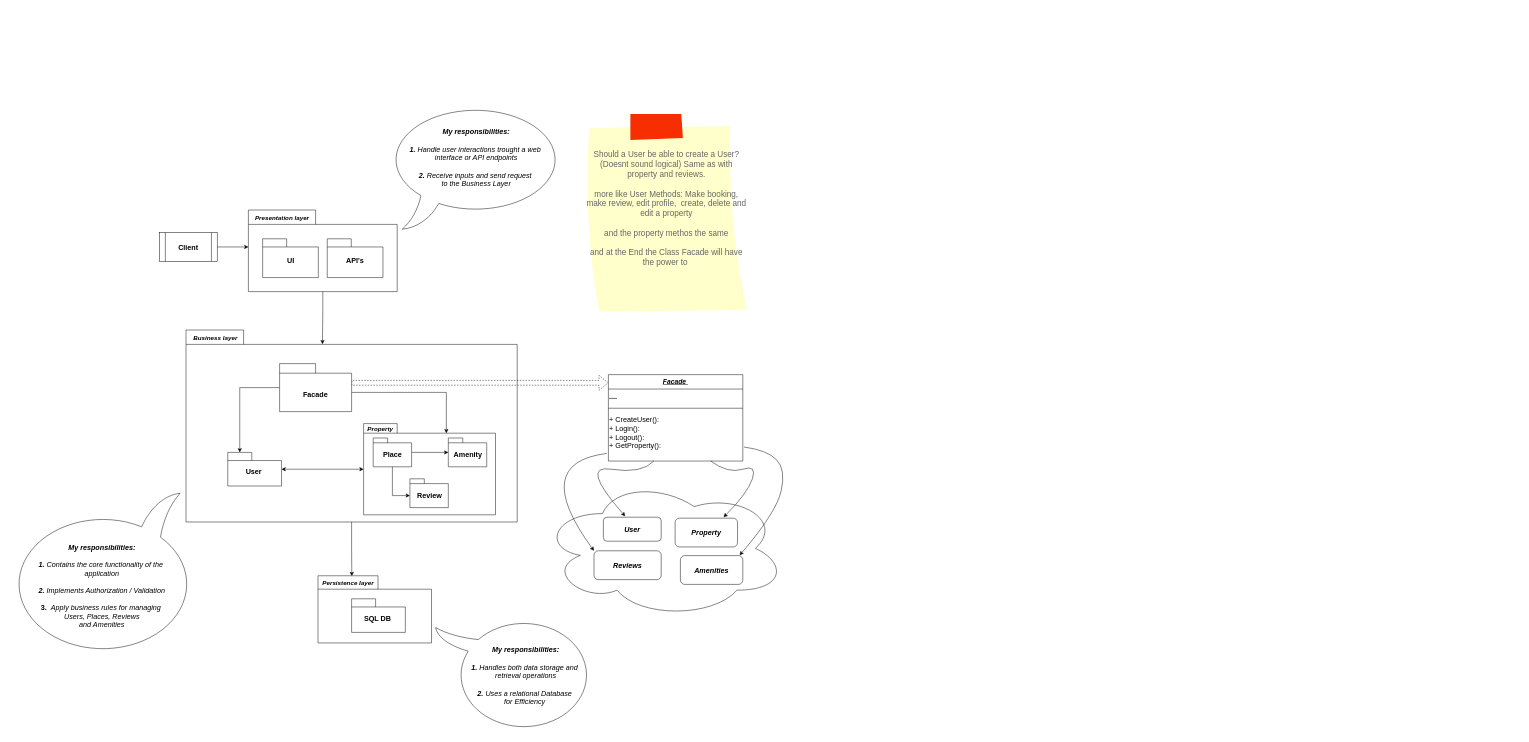
Before: HBnB Evolution - Package Diagram.drawio in JacobsDevs/HBnB_evolution, a draw.io diagram. Source tidied: cells renumbered, new cells numbered last; positions are measured from the earlier drawing's top-left corner, leaving out a move shared by most shapes. Both pictures are drawn from the tidied source at 48%, with x=0, y=0 at pixel (8, 104).
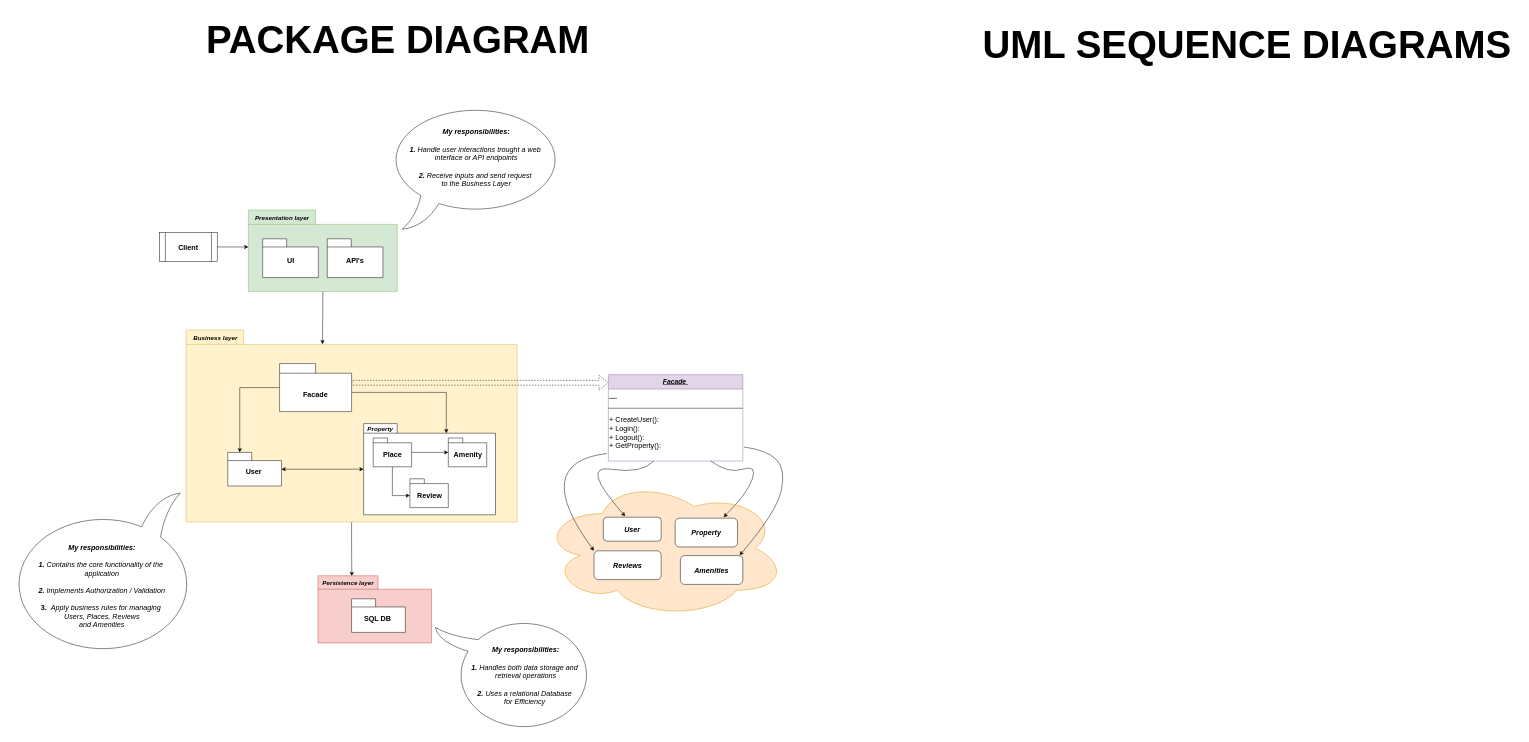
After the change.

Commit message:
Update HBnB Evolution - Complete

The change refers to these unchanged cells:
```xml
<mxCell id="4" style="group;fontStyle=2;" parent="1" vertex="1">
  <mxGeometry x="500" y="220" width="310" height="170" as="geometry" />
</mxCell>
```

What changed in the source:
```diff
@@
-    <mxCell id="5" style="shape=folder;fontStyle=1;spacingTop=10;tabWidth=140;tabHeight=30;tabPosition=left;html=1;rounded=0;shadow=0;comic=0;labelBackgroundColor=none;strokeWidth=1;fontFamily=Verdana;fontSize=10;align=center;" parent="4" vertex="1">
+    <mxCell id="5" style="shape=folder;fontStyle=1;spacingTop=10;tabWidth=140;tabHeight=30;tabPosition=left;html=1;rounded=0;shadow=0;comic=0;labelBackgroundColor=none;strokeWidth=1;fontFamily=Verdana;fontSize=10;align=center;fillColor=#d5e8d4;strokeColor=#82b366;" parent="4" vertex="1">
       <mxGeometry width="310" height="170" as="geometry" />
     </mxCell>
@@
-    <mxCell id="10" style="shape=folder;fontStyle=1;spacingTop=10;tabWidth=120;tabHeight=30;tabPosition=left;html=1;rounded=0;shadow=0;comic=0;labelBackgroundColor=none;strokeColor=#000000;strokeWidth=1;fillColor=#ffffff;fontFamily=Verdana;fontSize=10;fontColor=#000000;align=center;" parent="1" vertex="1">
+    <mxCell id="10" style="shape=folder;fontStyle=1;spacingTop=10;tabWidth=120;tabHeight=30;tabPosition=left;html=1;rounded=0;shadow=0;comic=0;labelBackgroundColor=none;strokeColor=#d6b656;strokeWidth=1;fillColor=#fff2cc;fontFamily=Verdana;fontSize=10;align=center;" parent="1" vertex="1">
       <mxGeometry x="370" y="470" width="690" height="400" as="geometry" />
     </mxCell>
@@
-    <mxCell id="17" style="shape=folder;fontStyle=1;spacingTop=10;tabWidth=125;tabHeight=28;tabPosition=left;html=1;rounded=0;shadow=0;comic=0;labelBackgroundColor=none;strokeWidth=1;fontFamily=Verdana;fontSize=10;align=center;" parent="1" vertex="1">
+    <mxCell id="17" style="shape=folder;fontStyle=1;spacingTop=10;tabWidth=125;tabHeight=28;tabPosition=left;html=1;rounded=0;shadow=0;comic=0;labelBackgroundColor=none;strokeWidth=1;fontFamily=Verdana;fontSize=10;align=center;fillColor=#f8cecc;strokeColor=#b85450;" parent="1" vertex="1">
       <mxGeometry x="645" y="982" width="236.5" height="140" as="geometry" />
     </mxCell>
@@
-    <mxCell id="37" value="&lt;font style=&quot;font-size: 14px;&quot;&gt;&lt;b&gt;&lt;i&gt;Facade&amp;nbsp;&lt;/i&gt;&lt;/b&gt;&lt;/font&gt;" style="swimlane;fontStyle=4;align=center;verticalAlign=top;horizontal=1;startSize=30;html=1;whiteSpace=wrap;" parent="1" vertex="1">
+    <mxCell id="37" value="&lt;font style=&quot;font-size: 14px;&quot;&gt;&lt;b&gt;&lt;i&gt;Facade&amp;nbsp;&lt;/i&gt;&lt;/b&gt;&lt;/font&gt;" style="swimlane;fontStyle=4;align=center;verticalAlign=top;horizontal=1;startSize=30;html=1;whiteSpace=wrap;fillColor=#e1d5e7;strokeColor=#9673a6;" parent="1" vertex="1">
       <mxGeometry x="1250" y="563" width="280" height="180" as="geometry" />
     </mxCell>
@@
-    <mxCell id="41" value="Should a User be able to create a User? (Doesnt sound logical) Same as with property and reviews.&lt;div&gt;&lt;br&gt;&lt;/div&gt;&lt;div&gt;more like User Methods: Make booking, make review, edit profile,&amp;nbsp; create, delete and edit a property&lt;/div&gt;&lt;div&gt;&lt;br&gt;&lt;/div&gt;&lt;div&gt;and the property methos the same&lt;/div&gt;&lt;div&gt;&lt;br&gt;&lt;/div&gt;&lt;div&gt;and at the End the Class Facade will have the power to&amp;nbsp;&lt;br&gt;&lt;br&gt;&lt;/div&gt;" style="strokeWidth=1;shadow=0;dashed=0;align=center;html=1;shape=mxgraph.mockup.text.stickyNote2;fontColor=#666666;mainText=;fontSize=17;whiteSpace=wrap;fillColor=#ffffcc;strokeColor=#F62E00;" parent="1" vertex="1">
-      <mxGeometry x="1200" y="20" width="342" height="416" as="geometry" />
-    </mxCell>
-    <mxCell id="42" style="ellipse;shape=cloud;whiteSpace=wrap;html=1;" parent="1" vertex="1">
+    <mxCell id="42" style="ellipse;shape=cloud;whiteSpace=wrap;html=1;fillColor=#ffe6cc;strokeColor=#d79b00;" parent="1" vertex="1">
       <mxGeometry x="1110" y="780" width="510" height="290" as="geometry" />
     </mxCell>
@@
+    <mxCell id="54" value="&lt;font style=&quot;font-size: 80px;&quot;&gt;UML SEQUENCE DIAGRAMS&lt;/font&gt;" style="text;strokeColor=none;fillColor=none;html=1;fontSize=24;fontStyle=1;verticalAlign=middle;align=center;" parent="1" vertex="1">
+      <mxGeometry x="2010" y="-190" width="1140" height="130" as="geometry" />
+    </mxCell>
+    <mxCell id="55" value="&lt;span style=&quot;font-size: 80px;&quot;&gt;PACKAGE DIAGRAM&lt;/span&gt;" style="text;strokeColor=none;fillColor=none;html=1;fontSize=24;fontStyle=1;verticalAlign=middle;align=center;" parent="1" vertex="1">
+      <mxGeometry x="241" y="-200" width="1140" height="130" as="geometry" />
+    </mxCell>
```
